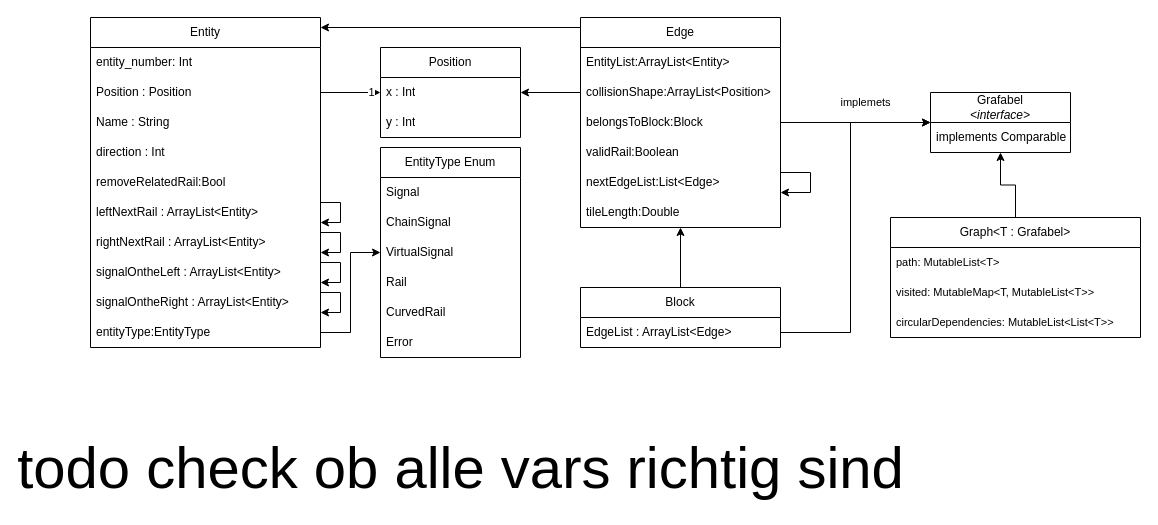
This is page "unsereDatenModel" (2 of 8) of src/main/factorioRailAnalyiserDiagrams.drawio from SanderForGodot/FactorioRailAnalyzer, a draw.io file, before an edit. Source tidied: cells renumbered, new cells numbered last; positions are measured from the earlier drawing's top-left corner, leaving out a move shared by most shapes. Both pictures are drawn from the tidied source at 100%, with x=0, y=0 at pixel (90, 17).
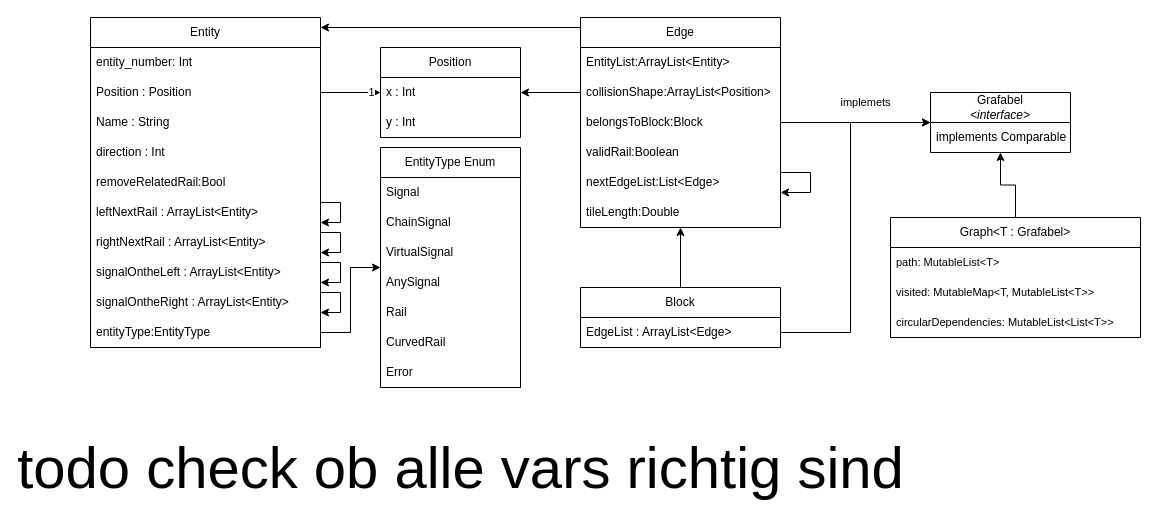
After the change.

Diff of the diagram source:
```diff
@@
     <mxCell id="22" value="EntityType Enum" style="swimlane;fontStyle=0;horizontal=1;startSize=30;whiteSpace=wrap;html=1;" parent="1" vertex="1">
-      <mxGeometry x="290" y="130" width="140" height="210" as="geometry" />
+      <mxGeometry x="290" y="130" width="140" height="240" as="geometry" />
     </mxCell>
@@
+    <mxCell id="54" value="AnySignal" style="text;strokeColor=none;fillColor=none;align=left;verticalAlign=middle;spacingLeft=4;spacingRight=4;overflow=hidden;whiteSpace=wrap;html=1;" parent="22" vertex="1">
+      <mxGeometry y="120" width="140" height="30" as="geometry" />
+    </mxCell>
     <mxCell id="26" value="Rail" style="text;strokeColor=none;fillColor=none;align=left;verticalAlign=middle;spacingLeft=4;spacingRight=4;overflow=hidden;whiteSpace=wrap;html=1;" parent="22" vertex="1">
-      <mxGeometry y="120" width="140" height="30" as="geometry" />
+      <mxGeometry y="150" width="140" height="30" as="geometry" />
     </mxCell>
     <mxCell id="27" value="CurvedRail" style="text;strokeColor=none;fillColor=none;align=left;verticalAlign=middle;spacingLeft=4;spacingRight=4;overflow=hidden;whiteSpace=wrap;html=1;" parent="22" vertex="1">
-      <mxGeometry y="150" width="140" height="30" as="geometry" />
+      <mxGeometry y="180" width="140" height="30" as="geometry" />
     </mxCell>
     <mxCell id="28" value="Error" style="text;strokeColor=none;fillColor=none;align=left;verticalAlign=middle;spacingLeft=4;spacingRight=4;overflow=hidden;whiteSpace=wrap;html=1;" parent="22" vertex="1">
-      <mxGeometry y="180" width="140" height="30" as="geometry" />
+      <mxGeometry y="210" width="140" height="30" as="geometry" />
     </mxCell>
```
